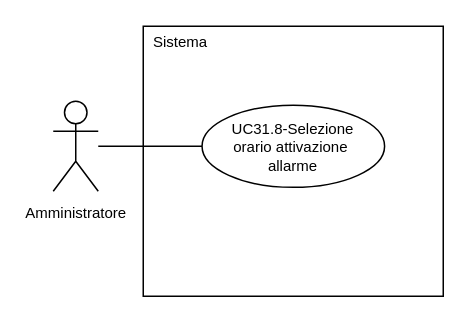
SnakeByteTeam/snakebyteteam.github.io keeps this draw.io diagram as 2-RTB/Analisi_dei_requisiti/draw.io/UC31.8.drawio. Above is the earlier version. Source tidied: cells renumbered, new cells numbered last; positions are measured from the earlier drawing's top-left corner, leaving out a move shared by most shapes. Both pictures are drawn from the tidied source at 150%, with x=0, y=0 at pixel (52, 26).
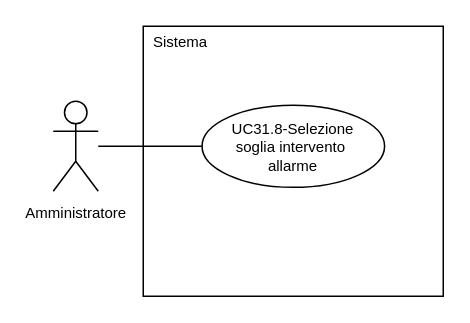
The same diagram, later.

Change to the diagram source:
```diff
@@
 <mxGraphModel>
   <root>
     <mxCell id="0" />
     <mxCell id="1" parent="0" />
     <mxCell id="2" value="&lt;font style=&quot;font-size: 10px; line-height: 100%;&quot;&gt;Amministratore&lt;/font&gt;" style="shape=umlActor;verticalLabelPosition=bottom;verticalAlign=top;html=1;outlineConnect=0;" parent="1" vertex="1">
       <mxGeometry y="50" width="30" height="60" as="geometry" />
     </mxCell>
     <mxCell id="3" style="rounded=0;whiteSpace=wrap;html=1;" parent="1" vertex="1">
       <mxGeometry x="60" width="200" height="180" as="geometry" />
     </mxCell>
     <mxCell id="4" style="edgeStyle=orthogonalEdgeStyle;rounded=0;jettySize=auto;html=1;exitX=0;exitY=0.5;exitDx=0;exitDy=0;endArrow=none;endFill=0;" parent="1" edge="1" source="5" target="2">
       <mxGeometry relative="1" as="geometry" />
     </mxCell>
-    <mxCell id="5" value="&lt;div style=&quot;line-height: 100%;&quot;&gt;&lt;font style=&quot;line-height: 100%; font-size: 10px;&quot;&gt;UC31.8-Selezione&lt;/font&gt;&lt;/div&gt;&lt;div style=&quot;line-height: 100%;&quot;&gt;&lt;span style=&quot;font-size: 10px;&quot;&gt;orario attivazione&amp;nbsp;&lt;/span&gt;&lt;/div&gt;&lt;div style=&quot;line-height: 100%;&quot;&gt;&lt;span style=&quot;font-size: 10px;&quot;&gt;allarme&lt;/span&gt;&lt;/div&gt;" style="ellipse;whiteSpace=wrap;html=1;" parent="1" vertex="1">
+    <mxCell id="5" value="&lt;div style=&quot;line-height: 100%;&quot;&gt;&lt;font style=&quot;line-height: 100%; font-size: 10px;&quot;&gt;UC31.8-Selezione&lt;/font&gt;&lt;/div&gt;&lt;div style=&quot;line-height: 100%;&quot;&gt;&lt;span style=&quot;font-size: 10px;&quot;&gt;soglia intervento&amp;nbsp;&lt;/span&gt;&lt;/div&gt;&lt;div style=&quot;line-height: 100%;&quot;&gt;&lt;span style=&quot;font-size: 10px;&quot;&gt;allarme&lt;/span&gt;&lt;/div&gt;" style="ellipse;whiteSpace=wrap;html=1;" parent="1" vertex="1">
       <mxGeometry x="99.2" y="52.6" width="121.7" height="54.8" as="geometry" />
     </mxCell>
     <mxCell id="6" value="&lt;font style=&quot;font-size: 10px;&quot;&gt;Sistema&lt;/font&gt;" style="text;html=1;whiteSpace=wrap;strokeColor=none;fillColor=none;align=center;verticalAlign=middle;rounded=0;" parent="1" vertex="1">
       <mxGeometry x="60" width="50" height="20" as="geometry" />
     </mxCell>
   </root>
 </mxGraphModel>
```
